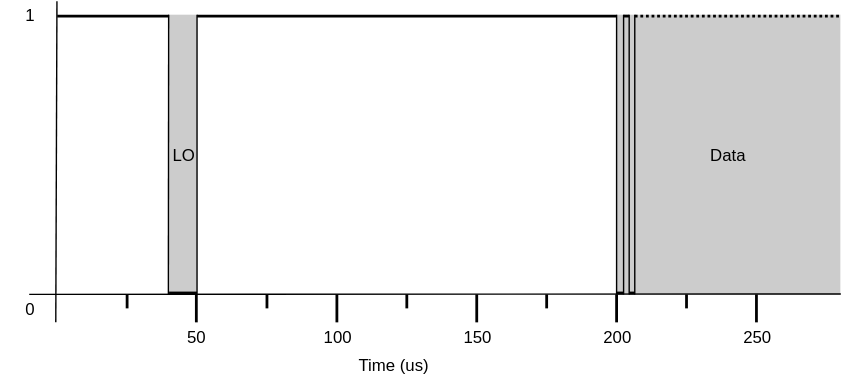
Earlier version of the draw.io export images/physical.svg (sabas1080/jacdac). Source tidied: cells renumbered, new cells last; positions are measured from the earlier drawing's top-left corner, leaving out a move shared by most shapes.
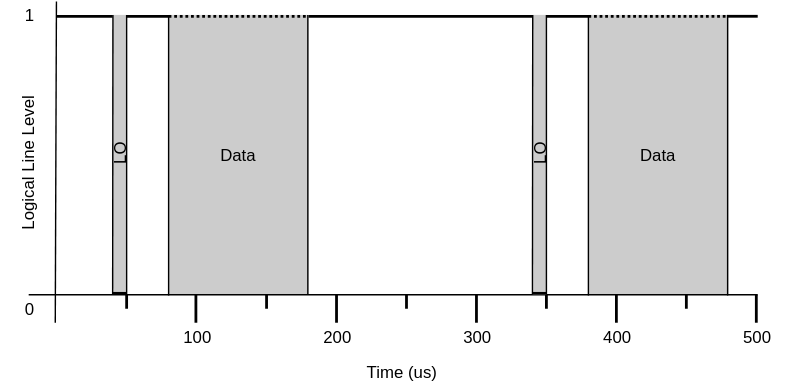
The same diagram one commit later.

What changed in the source:
```diff
@@ -2,168 +2,194 @@
   <root>
     <mxCell id="0" />
     <mxCell id="1" parent="0" />
-    <mxCell id="2" value="LO" style="whiteSpace=wrap;html=1;dashed=1;dashPattern=1 1;fillColor=#CCCCCC;strokeColor=none;gradientColor=none;gradientDirection=north;" parent="1" vertex="1">
-      <mxGeometry x="120" y="10" width="20" height="200" as="geometry" />
-    </mxCell>
-    <mxCell id="3" value="Data" style="whiteSpace=wrap;html=1;dashed=1;dashPattern=1 1;fillColor=#CCCCCC;strokeColor=none;gradientColor=none;gradientDirection=north;" parent="1" vertex="1">
-      <mxGeometry x="440" y="10" width="160" height="200" as="geometry" />
-    </mxCell>
-    <mxCell id="4" style="endArrow=none;html=1;exitX=1.021;exitY=0.021;exitPerimeter=0;" parent="1" edge="1">
-      <mxGeometry relative="1" as="geometry">
-        <mxPoint x="39.8" y="0.4" as="sourcePoint" />
-        <mxPoint x="39" y="230" as="targetPoint" />
-      </mxGeometry>
-    </mxCell>
-    <mxCell id="5" style="endArrow=none;html=1;exitX=1.002;exitY=0.998;exitPerimeter=0;" parent="1" edge="1" source="3">
-      <mxGeometry relative="1" as="geometry">
-        <mxPoint x="20" y="210" as="targetPoint" />
-      </mxGeometry>
-    </mxCell>
+    <mxCell id="38" value="Data" style="whiteSpace=wrap;html=1;dashed=1;dashPattern=1 1;fillColor=#CCCCCC;strokeColor=none;gradientColor=none;gradientDirection=north;" parent="1" vertex="1">
+      <mxGeometry x="420" y="10" width="100" height="200" as="geometry" />
+    </mxCell>
+    <mxCell id="39" value="LO" style="whiteSpace=wrap;html=1;dashed=1;dashPattern=1 1;fillColor=#CCCCCC;strokeColor=none;gradientColor=none;gradientDirection=north;horizontal=0;" parent="1" vertex="1">
+      <mxGeometry x="80" y="10" width="10" height="200" as="geometry" />
+    </mxCell>
+    <mxCell id="40" value="Data" style="whiteSpace=wrap;html=1;dashed=1;dashPattern=1 1;fillColor=#CCCCCC;strokeColor=none;gradientColor=none;gradientDirection=north;" parent="1" vertex="1">
+      <mxGeometry x="120" y="10" width="100" height="200" as="geometry" />
+    </mxCell>
+    <mxCell id="41" style="endArrow=none;html=1;exitX=1.021;exitY=0.021;exitPerimeter=0;" parent="1" edge="1">
+      <mxGeometry relative="1" as="geometry">
+        <mxPoint x="39.8" y="0.4" as="sourcePoint" />
+        <mxPoint x="39" y="230" as="targetPoint" />
+      </mxGeometry>
+    </mxCell>
+    <mxCell id="42" style="endArrow=none;html=1;" parent="1" edge="1">
+      <mxGeometry relative="1" as="geometry">
+        <mxPoint x="541" y="210" as="sourcePoint" />
+        <mxPoint x="20" y="210" as="targetPoint" />
+      </mxGeometry>
+    </mxCell>
     <mxCell id="6" value="0&lt;br&gt;" style="text;html=1;strokeColor=none;fillColor=none;align=center;verticalAlign=middle;whiteSpace=wrap;rounded=0;" parent="1" vertex="1">
       <mxGeometry y="210" width="40" height="20" as="geometry" />
     </mxCell>
     <mxCell id="7" value="1&lt;br&gt;" style="text;html=1;strokeColor=none;fillColor=none;align=center;verticalAlign=middle;whiteSpace=wrap;rounded=0;" parent="1" vertex="1">
       <mxGeometry width="40" height="20" as="geometry" />
     </mxCell>
-    <mxCell id="8" style="line;strokeWidth=2;html=1;" parent="1" vertex="1">
-      <mxGeometry x="40" y="6" width="80" height="10" as="geometry" />
-    </mxCell>
-    <mxCell id="9" style="line;strokeWidth=2;html=1;" parent="1" vertex="1">
-      <mxGeometry x="120" y="204" width="20" height="10" as="geometry" />
-    </mxCell>
-    <mxCell id="10" style="line;strokeWidth=2;html=1;" parent="1" vertex="1">
-      <mxGeometry x="140" y="6" width="300" height="10" as="geometry" />
-    </mxCell>
-    <mxCell id="11" style="endArrow=none;html=1;entryX=1;entryY=0.5;entryPerimeter=0;" parent="1" edge="1">
-      <mxGeometry relative="1" as="geometry">
-        <mxPoint x="440" y="210" as="sourcePoint" />
-        <mxPoint x="440" y="10" as="targetPoint" />
-      </mxGeometry>
-    </mxCell>
-    <mxCell id="12" style="endArrow=none;html=1;entryX=1;entryY=0.5;entryPerimeter=0;" parent="1" edge="1">
-      <mxGeometry relative="1" as="geometry">
-        <mxPoint x="445" y="210" as="sourcePoint" />
-        <mxPoint x="445" y="10" as="targetPoint" />
-      </mxGeometry>
-    </mxCell>
-    <mxCell id="13" style="endArrow=none;html=1;entryX=1;entryY=0.5;entryPerimeter=0;" parent="1" edge="1">
-      <mxGeometry relative="1" as="geometry">
-        <mxPoint x="449" y="210" as="sourcePoint" />
-        <mxPoint x="449" y="10" as="targetPoint" />
-      </mxGeometry>
-    </mxCell>
-    <mxCell id="14" style="endArrow=none;html=1;entryX=1;entryY=0.5;entryPerimeter=0;" parent="1" edge="1">
-      <mxGeometry relative="1" as="geometry">
-        <mxPoint x="453" y="210" as="sourcePoint" />
-        <mxPoint x="453" y="10" as="targetPoint" />
-      </mxGeometry>
-    </mxCell>
-    <mxCell id="15" style="line;strokeWidth=2;html=1;" parent="1" vertex="1">
-      <mxGeometry x="445" y="6" width="4" height="10" as="geometry" />
-    </mxCell>
-    <mxCell id="16" style="endArrow=none;html=1;" parent="1" edge="1" source="36">
-      <mxGeometry relative="1" as="geometry">
-        <mxPoint x="440" y="210" as="targetPoint" />
-      </mxGeometry>
-    </mxCell>
-    <mxCell id="17" style="line;strokeWidth=2;html=1;dashed=1;dashPattern=1 1;" parent="1" vertex="1">
-      <mxGeometry x="453" y="6" width="147" height="10" as="geometry" />
-    </mxCell>
-    <mxCell id="18" style="endArrow=none;html=1;entryX=1;entryY=0.5;entryPerimeter=0;" parent="1" edge="1">
-      <mxGeometry relative="1" as="geometry">
-        <mxPoint x="119.5" y="210" as="sourcePoint" />
-        <mxPoint x="119.7" y="10" as="targetPoint" />
-      </mxGeometry>
-    </mxCell>
-    <mxCell id="19" style="endArrow=none;html=1;entryX=1;entryY=0.5;entryPerimeter=0;" parent="1" edge="1">
-      <mxGeometry relative="1" as="geometry">
-        <mxPoint x="140" y="210" as="sourcePoint" />
-        <mxPoint x="140" y="10" as="targetPoint" />
-      </mxGeometry>
-    </mxCell>
-    <mxCell id="20" value="50&lt;br&gt;" style="text;html=1;strokeColor=none;fillColor=none;align=center;verticalAlign=middle;whiteSpace=wrap;rounded=0;dashed=1;dashPattern=1 1;" parent="1" vertex="1">
-      <mxGeometry x="120" y="230" width="40" height="20" as="geometry" />
-    </mxCell>
-    <mxCell id="21" style="endArrow=none;html=1;strokeWidth=2;" parent="1" edge="1">
-      <mxGeometry relative="1" as="geometry">
-        <mxPoint x="139.5" y="230" as="sourcePoint" />
-        <mxPoint x="139.5" y="210" as="targetPoint" />
-      </mxGeometry>
-    </mxCell>
+    <mxCell id="43" style="line;strokeWidth=2;html=1;" parent="1" vertex="1">
+      <mxGeometry x="40" y="6" width="40" height="10" as="geometry" />
+    </mxCell>
+    <mxCell id="44" style="line;strokeWidth=2;html=1;" parent="1" vertex="1">
+      <mxGeometry x="80" y="204" width="10" height="10" as="geometry" />
+    </mxCell>
+    <mxCell id="45" style="line;strokeWidth=2;html=1;" parent="1" vertex="1">
+      <mxGeometry x="90" y="6" width="30" height="10" as="geometry" />
+    </mxCell>
+    <mxCell id="46" style="endArrow=none;html=1;" parent="1" edge="1">
+      <mxGeometry relative="1" as="geometry">
+        <mxPoint x="120" y="210.5" as="sourcePoint" />
+        <mxPoint x="120" y="10" as="targetPoint" />
+      </mxGeometry>
+    </mxCell>
+    <mxCell id="47" style="endArrow=none;html=1;" parent="1" edge="1">
+      <mxGeometry relative="1" as="geometry">
+        <mxPoint x="120" y="209.5" as="sourcePoint" />
+        <mxPoint x="120" y="209.5" as="targetPoint" />
+      </mxGeometry>
+    </mxCell>
+    <mxCell id="48" style="line;strokeWidth=2;html=1;dashed=1;dashPattern=1 1;" parent="1" vertex="1">
+      <mxGeometry x="120" y="6" width="100" height="10" as="geometry" />
+    </mxCell>
+    <mxCell id="49" style="endArrow=none;html=1;entryX=1;entryY=0.5;entryPerimeter=0;" parent="1" edge="1">
+      <mxGeometry relative="1" as="geometry">
+        <mxPoint x="80" y="210" as="sourcePoint" />
+        <mxPoint x="80.2" y="10" as="targetPoint" />
+      </mxGeometry>
+    </mxCell>
+    <mxCell id="50" style="endArrow=none;html=1;entryX=1;entryY=0.5;entryPerimeter=0;" parent="1" edge="1">
+      <mxGeometry relative="1" as="geometry">
+        <mxPoint x="90" y="210" as="sourcePoint" />
+        <mxPoint x="90" y="10" as="targetPoint" />
+      </mxGeometry>
+    </mxCell>
+    <mxCell id="51" style="endArrow=none;html=1;strokeWidth=2;" parent="1" edge="1">
+      <mxGeometry relative="1" as="geometry">
+        <mxPoint x="139.5" y="230" as="sourcePoint" />
+        <mxPoint x="139.5" y="210" as="targetPoint" />
+      </mxGeometry>
+    </mxCell>
     <mxCell id="22" value="100&lt;br&gt;" style="text;html=1;strokeColor=none;fillColor=none;align=center;verticalAlign=middle;whiteSpace=wrap;rounded=0;dashed=1;dashPattern=1 1;" parent="1" vertex="1">
-      <mxGeometry x="220" y="230" width="40" height="20" as="geometry" />
+      <mxGeometry x="120" y="230" width="40" height="20" as="geometry" />
     </mxCell>
-    <mxCell id="23" style="endArrow=none;html=1;strokeWidth=2;" parent="1" edge="1">
-      <mxGeometry relative="1" as="geometry">
-        <mxPoint x="90" y="210" as="sourcePoint" />
-        <mxPoint x="90" y="220" as="targetPoint" />
-      </mxGeometry>
-    </mxCell>
-    <mxCell id="24" style="endArrow=none;html=1;strokeWidth=2;" parent="1" edge="1">
-      <mxGeometry relative="1" as="geometry">
-        <mxPoint x="190" y="210" as="sourcePoint" />
-        <mxPoint x="190" y="220" as="targetPoint" />
-      </mxGeometry>
-    </mxCell>
-    <mxCell id="25" style="endArrow=none;html=1;strokeWidth=2;" parent="1" edge="1">
-      <mxGeometry relative="1" as="geometry">
-        <mxPoint x="240" y="230" as="sourcePoint" />
-        <mxPoint x="240" y="210" as="targetPoint" />
-      </mxGeometry>
-    </mxCell>
-    <mxCell id="26" value="150&lt;br&gt;" style="text;html=1;strokeColor=none;fillColor=none;align=center;verticalAlign=middle;whiteSpace=wrap;rounded=0;dashed=1;dashPattern=1 1;" parent="1" vertex="1">
-      <mxGeometry x="320" y="230" width="40" height="20" as="geometry" />
-    </mxCell>
-    <mxCell id="27" style="endArrow=none;html=1;strokeWidth=2;" parent="1" edge="1">
-      <mxGeometry relative="1" as="geometry">
-        <mxPoint x="290" y="210" as="sourcePoint" />
-        <mxPoint x="290" y="220" as="targetPoint" />
-      </mxGeometry>
-    </mxCell>
-    <mxCell id="28" style="endArrow=none;html=1;strokeWidth=2;" parent="1" edge="1">
-      <mxGeometry relative="1" as="geometry">
-        <mxPoint x="340" y="230" as="sourcePoint" />
-        <mxPoint x="340" y="210" as="targetPoint" />
-      </mxGeometry>
-    </mxCell>
+    <mxCell id="52" style="endArrow=none;html=1;strokeWidth=2;" parent="1" edge="1">
+      <mxGeometry relative="1" as="geometry">
+        <mxPoint x="90" y="210" as="sourcePoint" />
+        <mxPoint x="90" y="220" as="targetPoint" />
+      </mxGeometry>
+    </mxCell>
+    <mxCell id="53" style="endArrow=none;html=1;strokeWidth=2;" parent="1" edge="1">
+      <mxGeometry relative="1" as="geometry">
+        <mxPoint x="190" y="210" as="sourcePoint" />
+        <mxPoint x="190" y="220" as="targetPoint" />
+      </mxGeometry>
+    </mxCell>
+    <mxCell id="54" style="endArrow=none;html=1;strokeWidth=2;" parent="1" edge="1">
+      <mxGeometry relative="1" as="geometry">
+        <mxPoint x="240" y="230" as="sourcePoint" />
+        <mxPoint x="240" y="210" as="targetPoint" />
+      </mxGeometry>
+    </mxCell>
+    <mxCell id="55" value="300&lt;br&gt;" style="text;html=1;strokeColor=none;fillColor=none;align=center;verticalAlign=middle;whiteSpace=wrap;rounded=0;dashed=1;dashPattern=1 1;" parent="1" vertex="1">
+      <mxGeometry x="320" y="230" width="40" height="20" as="geometry" />
+    </mxCell>
+    <mxCell id="56" style="endArrow=none;html=1;strokeWidth=2;" parent="1" edge="1">
+      <mxGeometry relative="1" as="geometry">
+        <mxPoint x="290" y="210" as="sourcePoint" />
+        <mxPoint x="290" y="220" as="targetPoint" />
+      </mxGeometry>
+    </mxCell>
+    <mxCell id="57" style="endArrow=none;html=1;strokeWidth=2;" parent="1" edge="1">
+      <mxGeometry relative="1" as="geometry">
+        <mxPoint x="340" y="230" as="sourcePoint" />
+        <mxPoint x="340" y="210" as="targetPoint" />
+      </mxGeometry>
+    </mxCell>
     <mxCell id="29" value="200&lt;br&gt;" style="text;html=1;strokeColor=none;fillColor=none;align=center;verticalAlign=middle;whiteSpace=wrap;rounded=0;dashed=1;dashPattern=1 1;" parent="1" vertex="1">
-      <mxGeometry x="420" y="230" width="40" height="20" as="geometry" />
+      <mxGeometry x="220" y="230" width="40" height="20" as="geometry" />
     </mxCell>
-    <mxCell id="30" style="endArrow=none;html=1;strokeWidth=2;" parent="1" edge="1">
-      <mxGeometry relative="1" as="geometry">
-        <mxPoint x="390" y="210" as="sourcePoint" />
-        <mxPoint x="390" y="220" as="targetPoint" />
-      </mxGeometry>
-    </mxCell>
-    <mxCell id="31" style="endArrow=none;html=1;strokeWidth=2;" parent="1" edge="1">
-      <mxGeometry relative="1" as="geometry">
-        <mxPoint x="440" y="230" as="sourcePoint" />
-        <mxPoint x="440" y="210" as="targetPoint" />
-      </mxGeometry>
-    </mxCell>
+    <mxCell id="58" style="endArrow=none;html=1;strokeWidth=2;" parent="1" edge="1">
+      <mxGeometry relative="1" as="geometry">
+        <mxPoint x="390" y="210" as="sourcePoint" />
+        <mxPoint x="390" y="220" as="targetPoint" />
+      </mxGeometry>
+    </mxCell>
+    <mxCell id="59" style="endArrow=none;html=1;strokeWidth=2;" parent="1" edge="1">
+      <mxGeometry relative="1" as="geometry">
+        <mxPoint x="440" y="230" as="sourcePoint" />
+        <mxPoint x="440" y="210" as="targetPoint" />
+      </mxGeometry>
+    </mxCell>
+    <mxCell id="60" value="500&lt;br&gt;" style="text;html=1;strokeColor=none;fillColor=none;align=center;verticalAlign=middle;whiteSpace=wrap;rounded=0;dashed=1;dashPattern=1 1;" parent="1" vertex="1">
+      <mxGeometry x="520" y="230" width="40" height="20" as="geometry" />
+    </mxCell>
+    <mxCell id="61" style="endArrow=none;html=1;strokeWidth=2;" parent="1" edge="1">
+      <mxGeometry relative="1" as="geometry">
+        <mxPoint x="490" y="210" as="sourcePoint" />
+        <mxPoint x="490" y="220" as="targetPoint" />
+      </mxGeometry>
+    </mxCell>
+    <mxCell id="62" style="endArrow=none;html=1;strokeWidth=2;" parent="1" edge="1">
+      <mxGeometry relative="1" as="geometry">
+        <mxPoint x="540" y="230" as="sourcePoint" />
+        <mxPoint x="540" y="210" as="targetPoint" />
+      </mxGeometry>
+    </mxCell>
+    <mxCell id="63" value="400&lt;br&gt;" style="text;html=1;strokeColor=none;fillColor=none;align=center;verticalAlign=middle;whiteSpace=wrap;rounded=0;dashed=1;dashPattern=1 1;" parent="1" vertex="1">
+      <mxGeometry x="420" y="230" width="40" height="20" as="geometry" />
+    </mxCell>
+    <mxCell id="64" style="endArrow=none;html=1;entryX=1;entryY=0.5;entryPerimeter=0;" parent="1" edge="1">
+      <mxGeometry relative="1" as="geometry">
+        <mxPoint x="219.5" y="209.5" as="sourcePoint" />
+        <mxPoint x="219.5" y="10" as="targetPoint" />
+      </mxGeometry>
+    </mxCell>
+    <mxCell id="65" style="line;strokeWidth=2;html=1;" parent="1" vertex="1">
+      <mxGeometry x="220" y="6" width="200" height="10" as="geometry" />
+    </mxCell>
+    <mxCell id="66" value="LO" style="whiteSpace=wrap;html=1;dashed=1;dashPattern=1 1;fillColor=#CCCCCC;strokeColor=none;gradientColor=none;gradientDirection=north;horizontal=0;" parent="1" vertex="1">
+      <mxGeometry x="380" y="10" width="10" height="200" as="geometry" />
+    </mxCell>
+    <mxCell id="67" style="line;strokeWidth=2;html=1;" parent="1" vertex="1">
+      <mxGeometry x="380" y="204" width="10" height="10" as="geometry" />
+    </mxCell>
+    <mxCell id="68" style="endArrow=none;html=1;entryX=1;entryY=0.5;entryPerimeter=0;" parent="1" edge="1">
+      <mxGeometry relative="1" as="geometry">
+        <mxPoint x="380" y="210" as="sourcePoint" />
+        <mxPoint x="380.2" y="10" as="targetPoint" />
+      </mxGeometry>
+    </mxCell>
+    <mxCell id="69" style="endArrow=none;html=1;entryX=1;entryY=0.5;entryPerimeter=0;" parent="1" edge="1">
+      <mxGeometry relative="1" as="geometry">
+        <mxPoint x="390" y="210" as="sourcePoint" />
+        <mxPoint x="390" y="10" as="targetPoint" />
+      </mxGeometry>
+    </mxCell>
+    <mxCell id="70" style="endArrow=none;html=1;entryX=1;entryY=0.5;entryPerimeter=0;" parent="1" edge="1">
+      <mxGeometry relative="1" as="geometry">
+        <mxPoint x="420" y="210.5" as="sourcePoint" />
+        <mxPoint x="420" y="10" as="targetPoint" />
+      </mxGeometry>
+    </mxCell>
+    <mxCell id="71" style="line;strokeWidth=2;html=1;dashed=1;dashPattern=1 1;" parent="1" vertex="1">
+      <mxGeometry x="420" y="6" width="100" height="10" as="geometry" />
+    </mxCell>
+    <mxCell id="72" style="endArrow=none;html=1;entryX=1;entryY=0.5;entryPerimeter=0;" parent="1" edge="1">
+      <mxGeometry relative="1" as="geometry">
+        <mxPoint x="519.5" y="210.5" as="sourcePoint" />
+        <mxPoint x="519.5" y="10" as="targetPoint" />
+      </mxGeometry>
+    </mxCell>
+    <mxCell id="73" style="line;strokeWidth=2;html=1;" parent="1" vertex="1">
+      <mxGeometry x="519" y="6" width="22" height="10" as="geometry" />
+    </mxCell>
-    <mxCell id="32" value="Time (us)" style="text;html=1;strokeColor=none;fillColor=none;align=center;verticalAlign=middle;whiteSpace=wrap;rounded=0;dashed=1;dashPattern=1 1;" parent="1" vertex="1">
-      <mxGeometry x="240" y="250" width="80" height="20" as="geometry" />
+    <mxCell id="32" value="Time (us)" style="text;html=1;align=left;verticalAlign=top;spacingTop=-4;" parent="1" vertex="1">
+      <mxGeometry x="260" y="256" width="70" height="20" as="geometry" />
     </mxCell>
-    <mxCell id="33" value="250&lt;br&gt;" style="text;html=1;strokeColor=none;fillColor=none;align=center;verticalAlign=middle;whiteSpace=wrap;rounded=0;dashed=1;dashPattern=1 1;" parent="1" vertex="1">
-      <mxGeometry x="520" y="230" width="40" height="20" as="geometry" />
-    </mxCell>
-    <mxCell id="34" style="endArrow=none;html=1;strokeWidth=2;" parent="1" edge="1">
-      <mxGeometry relative="1" as="geometry">
-        <mxPoint x="490" y="210" as="sourcePoint" />
-        <mxPoint x="490" y="220" as="targetPoint" />
-      </mxGeometry>
-    </mxCell>
-    <mxCell id="35" style="endArrow=none;html=1;strokeWidth=2;" parent="1" edge="1">
-      <mxGeometry relative="1" as="geometry">
-        <mxPoint x="540" y="230" as="sourcePoint" />
-        <mxPoint x="540" y="210" as="targetPoint" />
-      </mxGeometry>
-    </mxCell>
-    <mxCell id="36" style="line;strokeWidth=2;html=1;" parent="1" vertex="1">
-      <mxGeometry x="440" y="204" width="5" height="10" as="geometry" />
-    </mxCell>
-    <mxCell id="37" style="line;strokeWidth=2;html=1;" parent="1" vertex="1">
-      <mxGeometry x="449" y="204" width="4" height="10" as="geometry" />
-    </mxCell>
+    <mxCell id="74" value="&lt;span&gt;Logical Line Level&lt;/span&gt;" style="text;html=1;align=left;verticalAlign=top;spacingTop=-4;horizontal=0;fontStyle=0;" parent="1" vertex="1">
+      <mxGeometry x="10" y="56" width="30" height="110" as="geometry" />
+    </mxCell>
   </root>
 </mxGraphModel>
```
